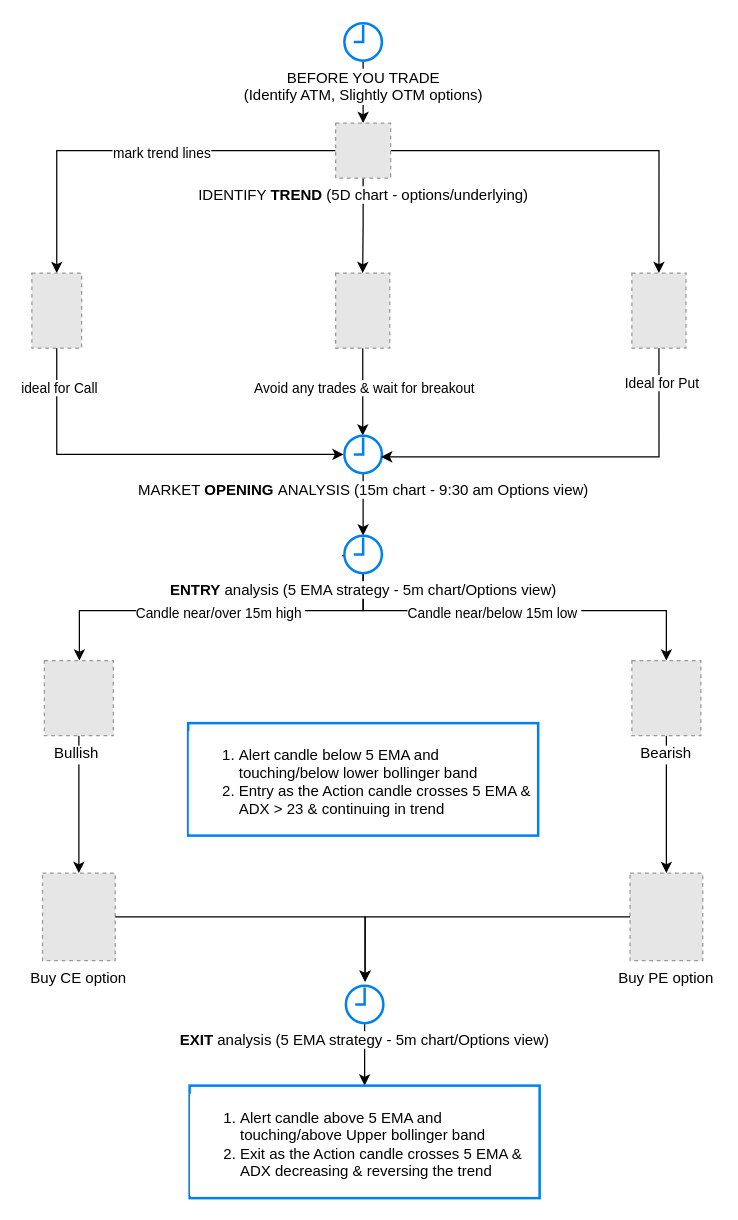
This is page "Options" (2 of 2) of TradingMindmap.drawio from bangeras/drawings, a draw.io file, before an edit. Source tidied: cells renumbered, new cells numbered last; positions are measured from the earlier drawing's top-left corner, leaving out a move shared by most shapes. Both pictures are drawn from the tidied source at 125%, with x=0, y=0 at pixel (31, 22). Pictures stored in the file or linked from it are replaced by grey dashed boxes.
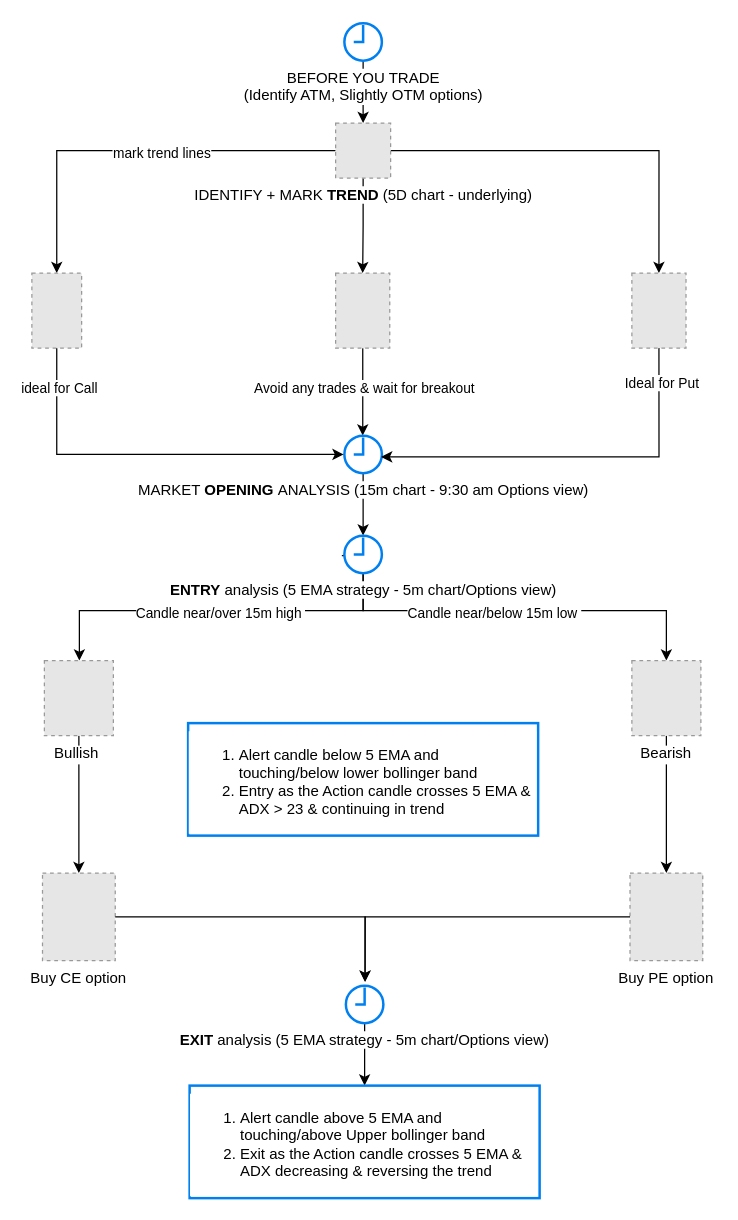
The same page after the edit.

What changed in the source:
```diff
@@
-    <mxCell id="8" value="IDENTIFY &lt;b&gt;TREND&lt;/b&gt; (5D chart - options/underlying)" style="fillColor=#E6E6E6;strokeColor=#999999;dashed=1;html=1;verticalAlign=top;verticalLabelPosition=bottom;labelBackgroundColor=#ffffff;" parent="1" vertex="1">
+    <mxCell id="8" value="IDENTIFY + MARK&amp;nbsp;&lt;b&gt;TREND&lt;/b&gt; (5D chart - underlying)" style="fillColor=#E6E6E6;strokeColor=#999999;dashed=1;html=1;verticalAlign=top;verticalLabelPosition=bottom;labelBackgroundColor=#ffffff;" parent="1" vertex="1">
       <mxGeometry x="243" y="80" width="44" height="44" as="geometry" />
     </mxCell>
```
